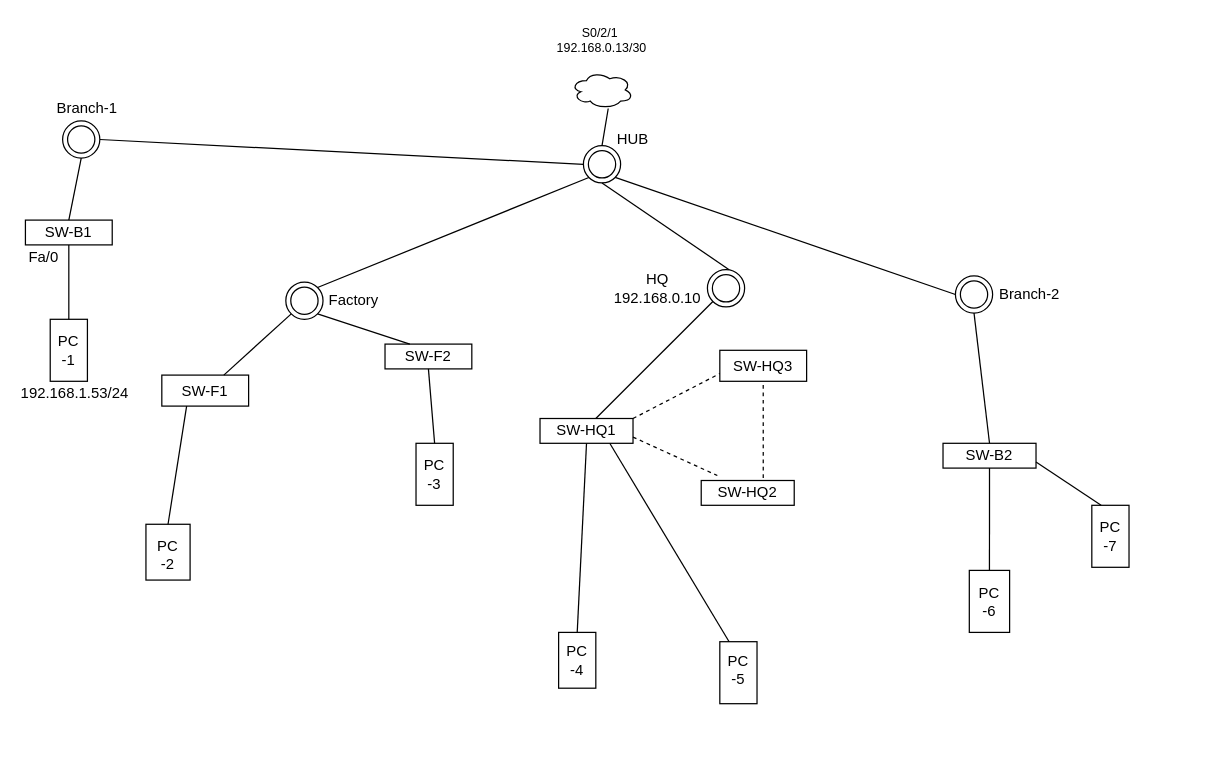
This is Untitled Diagram.drawio from mbwoodard/cisco, a draw.io file, before an edit. Source tidied: cells renumbered, new cells numbered last; positions are measured from the earlier drawing's top-left corner, leaving out a move shared by most shapes. Both pictures are drawn from the tidied source at 124%, with x=0, y=0 at pixel (25, 21).
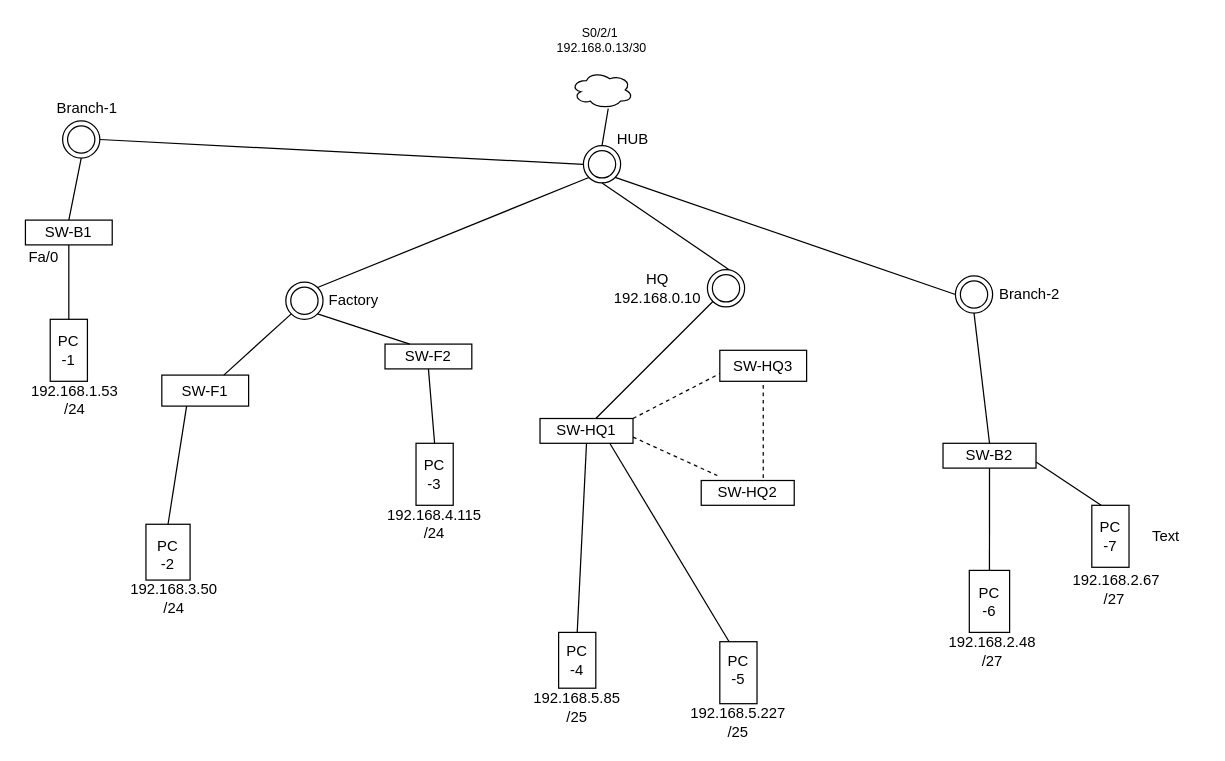
The same page after the edit.

Change to the diagram source:
```diff
@@
-    <mxCell id="29" value="192.168.1.53/24" style="text;html=1;whiteSpace=wrap;strokeColor=none;fillColor=none;align=center;verticalAlign=middle;rounded=0;" parent="1" vertex="1">
-      <mxGeometry x="10" y="285" width="60" height="30" as="geometry" />
+    <mxCell id="29" value="192.168.1.53 /24" style="text;html=1;whiteSpace=wrap;strokeColor=none;fillColor=none;align=center;verticalAlign=middle;rounded=0;" parent="1" vertex="1">
+      <mxGeometry x="10" y="290" width="60" height="30" as="geometry" />
     </mxCell>
@@
+    <mxCell id="58" value="Text" style="text;html=1;whiteSpace=wrap;strokeColor=none;fillColor=none;align=center;verticalAlign=middle;rounded=0;" parent="1" vertex="1">
+      <mxGeometry x="890" y="400" width="60" height="30" as="geometry" />
+    </mxCell>
+    <mxCell id="59" value="192.168.3.50 /24" style="text;html=1;whiteSpace=wrap;strokeColor=none;fillColor=none;align=center;verticalAlign=middle;rounded=0;" parent="1" vertex="1">
+      <mxGeometry x="90" y="450" width="60" height="30" as="geometry" />
+    </mxCell>
+    <mxCell id="60" value="192.168.4.115 /24" style="text;html=1;whiteSpace=wrap;strokeColor=none;fillColor=none;align=center;verticalAlign=middle;rounded=0;" parent="1" vertex="1">
+      <mxGeometry x="300" y="390" width="60" height="30" as="geometry" />
+    </mxCell>
+    <mxCell id="61" value="192.168.5.85 /25" style="text;html=1;whiteSpace=wrap;strokeColor=none;fillColor=none;align=center;verticalAlign=middle;rounded=0;" parent="1" vertex="1">
+      <mxGeometry x="415" y="537.5" width="60" height="30" as="geometry" />
+    </mxCell>
+    <mxCell id="62" value="192.168.5.227 /25" style="text;html=1;whiteSpace=wrap;strokeColor=none;fillColor=none;align=center;verticalAlign=middle;rounded=0;" parent="1" vertex="1">
+      <mxGeometry x="545" y="550" width="60" height="30" as="geometry" />
+    </mxCell>
+    <mxCell id="63" value="192.168.2.48 /27" style="text;html=1;whiteSpace=wrap;strokeColor=none;fillColor=none;align=center;verticalAlign=middle;rounded=0;" parent="1" vertex="1">
+      <mxGeometry x="750" y="492.5" width="60" height="30" as="geometry" />
+    </mxCell>
+    <mxCell id="64" value="192.168.2.67 /27&amp;nbsp;" style="text;html=1;whiteSpace=wrap;strokeColor=none;fillColor=none;align=center;verticalAlign=middle;rounded=0;" parent="1" vertex="1">
+      <mxGeometry x="850" y="442.5" width="60" height="30" as="geometry" />
+    </mxCell>
```
